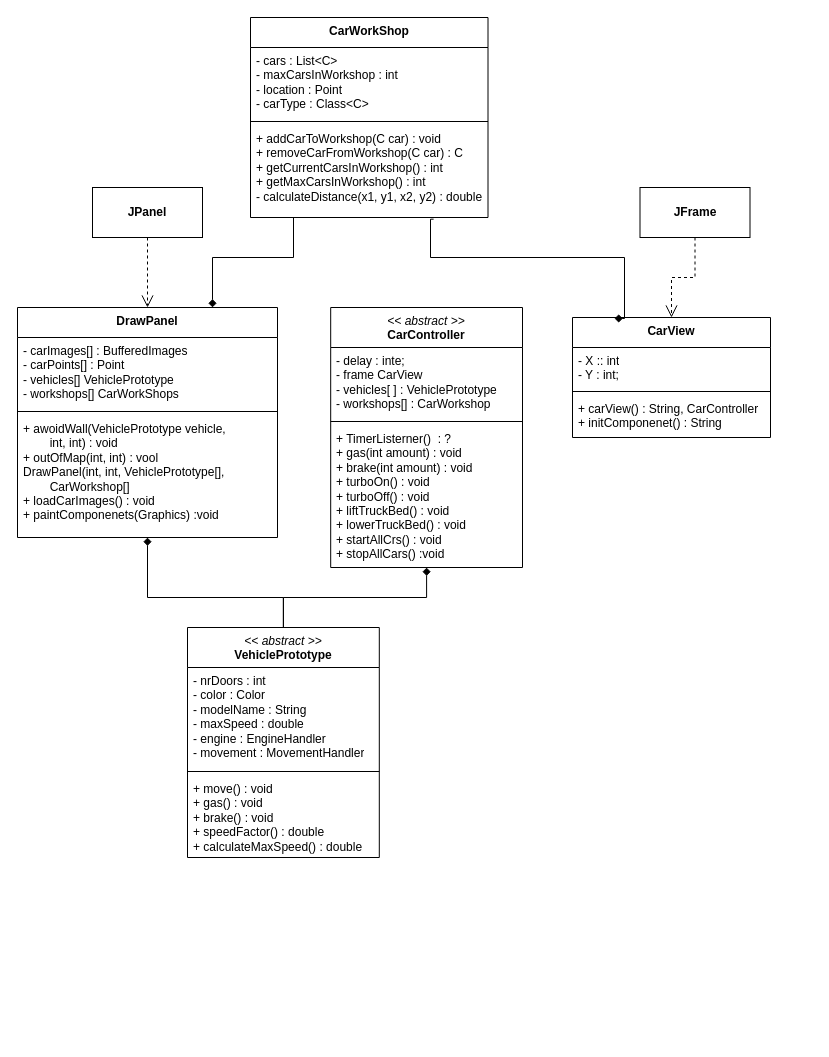
Earlier version of the draw.io diagram page "UI" (5 of 5) of docs/Vehicle.drawio (Systemiac/oop_assignments). Source tidied: cells renumbered, new cells numbered last; positions are measured from the earlier drawing's top-left corner, leaving out a move shared by most shapes. Both pictures are drawn from the tidied source at 100%, with x=0, y=0 at pixel (17, 17).
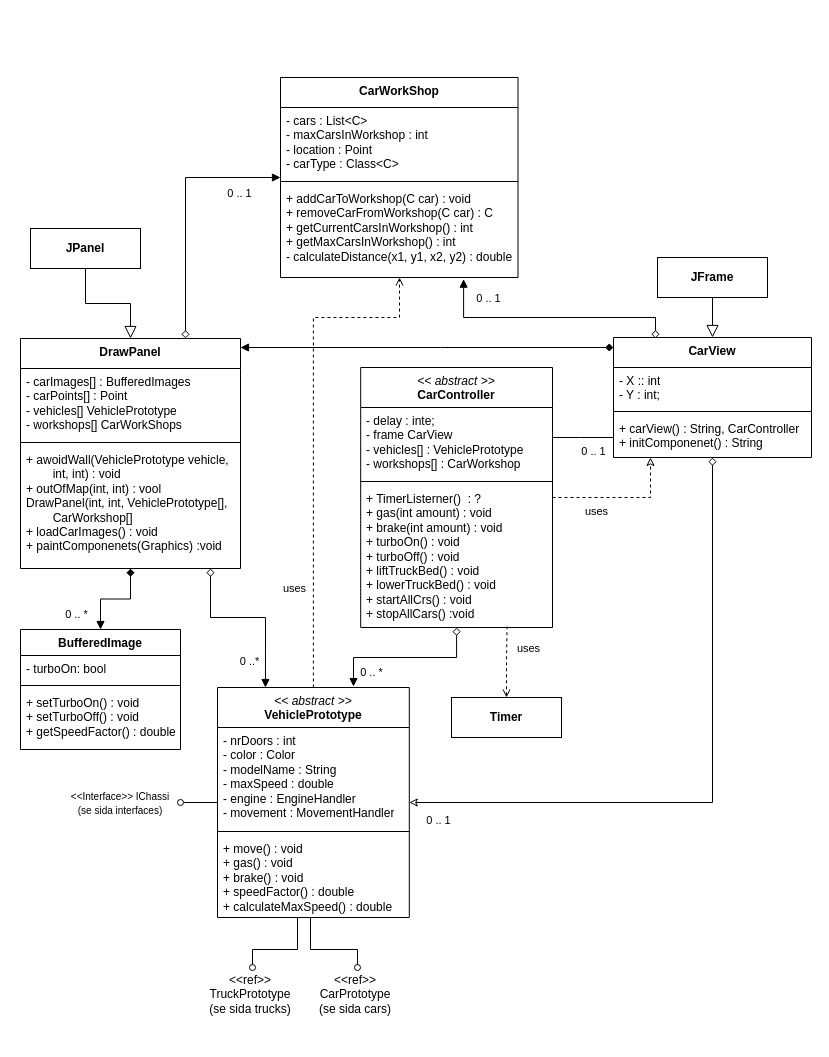
The same diagram, later.

The change refers to these unchanged cells:
```xml
<mxCell id="5" value="&lt;div&gt;&lt;div&gt;+ TimerListerner()&amp;nbsp; : ?&lt;/div&gt;&lt;/div&gt;&lt;div&gt;+ gas(int amount) : void&lt;/div&gt;&lt;div&gt;+ brake(int amount) : void&lt;/div&gt;&lt;div&gt;+ turboOn() : void&lt;/div&gt;&lt;div&gt;+ turboOff() : void&lt;/div&gt;&lt;div&gt;+ liftTruckBed() : void&lt;/div&gt;&lt;div&gt;+ lowerTruckBed() : void&lt;/div&gt;&lt;div&gt;+ startAllCrs() : void&lt;/div&gt;&lt;div&gt;+ stopAllCars() :void&lt;/div&gt;" style="text;strokeColor=none;fillColor=none;align=left;verticalAlign=top;spacingLeft=4;spacingRight=4;overflow=hidden;points=[[0,0.5],[1,0.5]];portConstraint=eastwest;whiteSpace=wrap;html=1;" parent="2" vertex="1">
  <mxGeometry y="118" width="191.8" height="142" as="geometry" />
</mxCell>
<mxCell id="21" value="&lt;div&gt;+ addCarToWorkshop(C car) : void&lt;/div&gt;&lt;div&gt;+ removeCarFromWorkshop(C car) : C&lt;br&gt;&lt;/div&gt;&lt;div&gt;+ getCurrentCarsInWorkshop() : int&lt;/div&gt;&lt;div&gt;+ getMaxCarsInWorkshop() : int&lt;/div&gt;&lt;div&gt;- calculateDistance(x1, y1, x2, y2) : double&lt;/div&gt;" style="text;strokeColor=none;fillColor=none;align=left;verticalAlign=top;spacingLeft=4;spacingRight=4;overflow=hidden;points=[[0,0.5],[1,0.5]];portConstraint=eastwest;whiteSpace=wrap;html=1;" parent="18" vertex="1">
  <mxGeometry y="108" width="237.5" height="92" as="geometry" />
</mxCell>
```

What changed in the source:
```diff
@@
     <mxCell id="2" value="&lt;div&gt;&lt;span style=&quot;font-weight: normal;&quot;&gt;&lt;i&gt;&amp;lt;&amp;lt; abstract &amp;gt;&amp;gt;&lt;/i&gt;&lt;/span&gt;&lt;/div&gt;CarController" style="swimlane;fontStyle=1;align=center;verticalAlign=top;horizontal=1;startSize=40;whiteSpace=wrap;html=1;" parent="1" vertex="1">
-      <mxGeometry x="313.2" y="290" width="191.8" height="260" as="geometry" />
+      <mxGeometry x="343.2" y="350" width="191.8" height="260" as="geometry" />
     </mxCell>
-    <mxCell id="3" value="&lt;div&gt;&lt;div&gt;- delay : inte;&lt;/div&gt;&lt;/div&gt;&lt;div&gt;&lt;span style=&quot;background-color: transparent; color: light-dark(rgb(0, 0, 0), rgb(255, 255, 255));&quot;&gt;- frame CarView&lt;/span&gt;&lt;/div&gt;&lt;div&gt;&lt;span style=&quot;background-color: transparent; color: light-dark(rgb(0, 0, 0), rgb(255, 255, 255));&quot;&gt;- vehicles[ ] : VehiclePrototype&lt;/span&gt;&lt;/div&gt;&lt;div&gt;&lt;span style=&quot;background-color: transparent; color: light-dark(rgb(0, 0, 0), rgb(255, 255, 255));&quot;&gt;- workshops[] : CarWorkshop&lt;/span&gt;&lt;/div&gt;" style="text;strokeColor=none;fillColor=none;align=left;verticalAlign=top;spacingLeft=4;spacingRight=4;overflow=hidden;whiteSpace=wrap;html=1;" parent="2" vertex="1">
+    <mxCell id="3" value="&lt;div&gt;&lt;div&gt;- delay : inte;&lt;/div&gt;&lt;/div&gt;&lt;div&gt;&lt;span style=&quot;background-color: transparent; color: light-dark(rgb(0, 0, 0), rgb(255, 255, 255));&quot;&gt;- frame CarView&lt;/span&gt;&lt;/div&gt;&lt;div&gt;&lt;span style=&quot;background-color: transparent; color: light-dark(rgb(0, 0, 0), rgb(255, 255, 255));&quot;&gt;- vehicles[] : VehiclePrototype&lt;/span&gt;&lt;/div&gt;&lt;div&gt;&lt;span style=&quot;background-color: transparent; color: light-dark(rgb(0, 0, 0), rgb(255, 255, 255));&quot;&gt;- workshops[] : CarWorkshop&lt;/span&gt;&lt;/div&gt;" style="text;strokeColor=none;fillColor=none;align=left;verticalAlign=top;spacingLeft=4;spacingRight=4;overflow=hidden;whiteSpace=wrap;html=1;" parent="2" vertex="1">
       <mxGeometry y="40" width="191.8" height="70" as="geometry" />
     </mxCell>
@@
     <mxCell id="6" value="DrawPanel&lt;div&gt;&lt;/div&gt;" style="swimlane;fontStyle=1;align=center;verticalAlign=top;horizontal=1;startSize=30;whiteSpace=wrap;html=1;" parent="1" vertex="1">
-      <mxGeometry y="290" width="260" height="230" as="geometry" />
+      <mxGeometry x="3" y="321" width="220" height="230" as="geometry" />
     </mxCell>
     <mxCell id="7" value="&lt;div&gt;&lt;span style=&quot;background-color: transparent; color: light-dark(rgb(0, 0, 0), rgb(255, 255, 255));&quot;&gt;- carImages[] : BufferedImages&lt;/span&gt;&lt;/div&gt;&lt;div&gt;&lt;span style=&quot;background-color: transparent; color: light-dark(rgb(0, 0, 0), rgb(255, 255, 255));&quot;&gt;- carPoints[] : Point&lt;/span&gt;&lt;/div&gt;&lt;div&gt;&lt;span style=&quot;background-color: transparent; color: light-dark(rgb(0, 0, 0), rgb(255, 255, 255));&quot;&gt;- vehicles[] VehiclePrototype&lt;/span&gt;&lt;/div&gt;&lt;div&gt;&lt;span style=&quot;background-color: transparent; color: light-dark(rgb(0, 0, 0), rgb(255, 255, 255));&quot;&gt;- workshops[] CarWorkShops&amp;nbsp;&lt;/span&gt;&lt;/div&gt;" style="text;strokeColor=none;fillColor=none;align=left;verticalAlign=top;spacingLeft=4;spacingRight=4;overflow=hidden;whiteSpace=wrap;html=1;" parent="6" vertex="1">
-      <mxGeometry y="30" width="260" height="70" as="geometry" />
+      <mxGeometry y="30" width="220" height="70" as="geometry" />
     </mxCell>
     <mxCell id="8" style="line;strokeWidth=1;fillColor=none;align=left;verticalAlign=middle;spacingTop=-1;spacingLeft=3;spacingRight=3;labelPosition=right;strokeColor=inherit;" parent="6" vertex="1">
-      <mxGeometry y="100" width="260" height="8" as="geometry" />
+      <mxGeometry y="100" width="220" height="8" as="geometry" />
     </mxCell>
     <mxCell id="9" value="&lt;div&gt;+ awoidWall(&lt;span style=&quot;background-color: transparent; color: light-dark(rgb(0, 0, 0), rgb(255, 255, 255));&quot;&gt;VehiclePrototype vehicle,&amp;nbsp;&lt;/span&gt;&lt;/div&gt;&lt;div&gt;&lt;span style=&quot;background-color: transparent; color: light-dark(rgb(0, 0, 0), rgb(255, 255, 255));&quot;&gt;&lt;span style=&quot;white-space: pre;&quot;&gt;&#9;&lt;/span&gt;int, int&lt;/span&gt;&lt;span style=&quot;background-color: transparent; color: light-dark(rgb(0, 0, 0), rgb(255, 255, 255));&quot;&gt;) : void&lt;/span&gt;&lt;/div&gt;&lt;div&gt;+ outOfMap(int, int) : vool&lt;/div&gt;&lt;div&gt;DrawPanel(int, int, VehiclePrototype[], &lt;span style=&quot;white-space: pre;&quot;&gt;&#9;&lt;/span&gt;CarWorkshop[]&lt;br&gt;&lt;/div&gt;&lt;div&gt;+ loadCarImages() : void&lt;/div&gt;&lt;div&gt;+ paintComponenets(Graphics) :void&lt;/div&gt;" style="text;strokeColor=none;fillColor=none;align=left;verticalAlign=top;spacingLeft=4;spacingRight=4;overflow=hidden;whiteSpace=wrap;html=1;" parent="6" vertex="1">
-      <mxGeometry y="108" width="260" height="122" as="geometry" />
+      <mxGeometry y="108" width="220" height="122" as="geometry" />
     </mxCell>
     <mxCell id="10" value="CarView&lt;div&gt;&lt;/div&gt;" style="swimlane;fontStyle=1;align=center;verticalAlign=top;horizontal=1;startSize=30;whiteSpace=wrap;html=1;" parent="1" vertex="1">
-      <mxGeometry x="555" y="300" width="198" height="120" as="geometry" />
+      <mxGeometry x="596" y="320" width="198" height="120" as="geometry" />
     </mxCell>
@@
     <mxCell id="14" value="&lt;b&gt;JPanel&lt;/b&gt;" style="html=1;whiteSpace=wrap;" parent="1" vertex="1">
-      <mxGeometry x="75" y="170" width="110" height="50" as="geometry" />
+      <mxGeometry x="13" y="211" width="110" height="40" as="geometry" />
     </mxCell>
     <mxCell id="15" value="&lt;b&gt;JFrame&lt;/b&gt;" style="html=1;whiteSpace=wrap;" parent="1" vertex="1">
-      <mxGeometry x="622.5" y="170" width="110" height="50" as="geometry" />
+      <mxGeometry x="640" y="240" width="110" height="40" as="geometry" />
     </mxCell>
-    <mxCell id="16" style="edgeStyle=orthogonalEdgeStyle;rounded=0;jettySize=auto;html=1;dashed=1;endArrow=open;endFill=0;endSize=10;" parent="1" edge="1" source="14" target="6">
+    <mxCell id="16" style="edgeStyle=orthogonalEdgeStyle;rounded=0;jettySize=auto;html=1;endArrow=block;endFill=0;endSize=10;" parent="1" edge="1" source="14" target="6">
       <mxGeometry relative="1" as="geometry" />
     </mxCell>
-    <mxCell id="17" style="edgeStyle=orthogonalEdgeStyle;rounded=0;jettySize=auto;html=1;dashed=1;endArrow=open;endFill=0;endSize=10;" parent="1" edge="1" source="15" target="10">
+    <mxCell id="17" style="edgeStyle=orthogonalEdgeStyle;rounded=0;jettySize=auto;html=1;endArrow=block;endFill=0;endSize=10;" parent="1" edge="1" source="15" target="10">
       <mxGeometry relative="1" as="geometry" />
     </mxCell>
     <mxCell id="18" value="CarWorkShop&lt;div&gt;&lt;/div&gt;" style="swimlane;fontStyle=1;align=center;verticalAlign=top;horizontal=1;startSize=30;whiteSpace=wrap;html=1;" parent="1" vertex="1">
-      <mxGeometry x="233" width="237.5" height="200" as="geometry" />
+      <mxGeometry x="263" y="60" width="237.5" height="200" as="geometry" />
     </mxCell>
@@
     <mxCell id="22" value="&lt;div&gt;&lt;span style=&quot;font-weight: normal;&quot;&gt;&lt;i&gt;&amp;lt;&amp;lt; abstract &amp;gt;&amp;gt;&lt;/i&gt;&lt;/span&gt;&lt;/div&gt;VehiclePrototype" style="swimlane;fontStyle=1;align=center;verticalAlign=top;horizontal=1;startSize=40;whiteSpace=wrap;html=1;" parent="1" vertex="1">
-      <mxGeometry x="170" y="610" width="191.8" height="230" as="geometry" />
+      <mxGeometry x="200" y="670" width="191.8" height="230" as="geometry" />
     </mxCell>
@@
-    <mxCell id="26" style="edgeStyle=orthogonalEdgeStyle;rounded=0;jettySize=auto;html=1;endArrow=diamond;endFill=1;" parent="1" edge="1" source="22" target="6">
+    <mxCell id="26" style="edgeStyle=orthogonalEdgeStyle;rounded=0;jettySize=auto;html=1;endArrow=diamond;endFill=0;startFill=1;exitX=0.25;exitY=0;exitDx=0;exitDy=0;startArrow=block;" parent="1" edge="1" source="22" target="6">
       <mxGeometry relative="1" as="geometry">
         <Array as="points">
-          <mxPoint x="266" y="580" />
-          <mxPoint x="130" y="580" />
+          <mxPoint x="248" y="600" />
+          <mxPoint x="193" y="600" />
         </Array>
       </mxGeometry>
     </mxCell>
+    <mxCell id="30" value="0 ..*" style="edgeLabel;html=1;align=center;verticalAlign=middle;" parent="26" vertex="1">
+      <mxGeometry x="-0.35" y="2" relative="1" as="geometry">
+        <mxPoint x="-14" y="31" as="offset" />
+      </mxGeometry>
+    </mxCell>
-    <mxCell id="27" style="edgeStyle=orthogonalEdgeStyle;rounded=0;jettySize=auto;html=1;endArrow=diamond;endFill=1;exitX=0.5;exitY=0;exitDx=0;exitDy=0;" parent="1" edge="1" source="22" target="2">
+    <mxCell id="27" style="edgeStyle=orthogonalEdgeStyle;rounded=0;jettySize=auto;html=1;endArrow=diamond;endFill=0;exitX=0.709;exitY=-0.004;exitDx=0;exitDy=0;startFill=1;exitPerimeter=0;startArrow=block;" parent="1" edge="1" source="22" target="2">
       <mxGeometry relative="1" as="geometry" />
     </mxCell>
+    <mxCell id="31" value="0 .. *" style="edgeLabel;html=1;align=center;verticalAlign=middle;" parent="27" vertex="1">
+      <mxGeometry x="-0.32" y="-3" relative="1" as="geometry">
+        <mxPoint x="-8" y="11" as="offset" />
+      </mxGeometry>
+    </mxCell>
-    <mxCell id="28" style="edgeStyle=orthogonalEdgeStyle;rounded=0;jettySize=auto;html=1;endArrow=diamond;endFill=1;entryX=0.75;entryY=0;entryDx=0;entryDy=0;" parent="1" edge="1" source="18" target="6">
-      <mxGeometry relative="1" as="geometry">
-        <Array as="points">
-          <mxPoint x="276" y="240" />
-          <mxPoint x="195" y="240" />
-        </Array>
-      </mxGeometry>
+    <mxCell id="28" style="edgeStyle=orthogonalEdgeStyle;rounded=0;jettySize=auto;html=1;endArrow=diamond;endFill=0;entryX=0.75;entryY=0;entryDx=0;entryDy=0;startArrow=block;startFill=1;" parent="1" edge="1" source="18" target="6">
+      <mxGeometry relative="1" as="geometry" />
     </mxCell>
+    <mxCell id="32" value="0 .. 1" style="edgeLabel;html=1;align=center;verticalAlign=middle;" parent="28" vertex="1">
+      <mxGeometry x="-0.17" y="-1" relative="1" as="geometry">
+        <mxPoint x="54" y="4" as="offset" />
+      </mxGeometry>
+    </mxCell>
-    <mxCell id="29" style="edgeStyle=orthogonalEdgeStyle;rounded=0;jettySize=auto;html=1;endArrow=diamond;endFill=1;exitX=0.771;exitY=1.018;exitDx=0;exitDy=0;exitPerimeter=0;entryX=0.212;entryY=0.008;entryDx=0;entryDy=0;entryPerimeter=0;" parent="1" edge="1" source="21" target="10">
+    <mxCell id="29" style="edgeStyle=orthogonalEdgeStyle;rounded=0;jettySize=auto;html=1;endArrow=diamond;endFill=0;exitX=0.771;exitY=1.018;exitDx=0;exitDy=0;exitPerimeter=0;entryX=0.212;entryY=0.008;entryDx=0;entryDy=0;entryPerimeter=0;startArrow=block;startFill=1;" parent="1" edge="1" source="21" target="10">
       <mxGeometry relative="1" as="geometry">
         <Array as="points">
-          <mxPoint x="413" y="202" />
-          <mxPoint x="413" y="240" />
-          <mxPoint x="607" y="240" />
+          <mxPoint x="446" y="300" />
+          <mxPoint x="638" y="300" />
         </Array>
       </mxGeometry>
     </mxCell>
+    <mxCell id="33" value="0 .. 1" style="edgeLabel;html=1;align=center;verticalAlign=middle;" parent="29" vertex="1">
+      <mxGeometry x="-0.91" y="-1" relative="1" as="geometry">
+        <mxPoint x="25" y="8" as="offset" />
+      </mxGeometry>
+    </mxCell>
+    <mxCell id="34" style="edgeStyle=orthogonalEdgeStyle;rounded=0;jettySize=auto;html=1;endArrow=open;endFill=0;startFill=0;exitX=0.5;exitY=0;exitDx=0;exitDy=0;dashed=1;" parent="1" edge="1" source="22" target="18">
+      <mxGeometry relative="1" as="geometry">
+        <Array as="points">
+          <mxPoint x="296" y="300" />
+          <mxPoint x="382" y="300" />
+        </Array>
+      </mxGeometry>
+    </mxCell>
+    <mxCell id="35" value="uses" style="edgeLabel;html=1;align=center;verticalAlign=middle;" parent="34" vertex="1">
+      <mxGeometry x="-0.56" y="2" relative="1" as="geometry">
+        <mxPoint x="-17" y="9" as="offset" />
+      </mxGeometry>
+    </mxCell>
+    <mxCell id="36" value="&lt;b&gt;Timer&lt;/b&gt;" style="html=1;whiteSpace=wrap;" parent="1" vertex="1">
+      <mxGeometry x="434" y="680" width="110" height="40" as="geometry" />
+    </mxCell>
+    <mxCell id="37" style="edgeStyle=orthogonalEdgeStyle;rounded=0;jettySize=auto;html=1;endArrow=none;endFill=1;startFill=0;exitX=0.5;exitY=0;exitDx=0;exitDy=0;dashed=1;entryX=0.763;entryY=0.994;entryDx=0;entryDy=0;entryPerimeter=0;startArrow=open;" parent="1" edge="1" source="36" target="5">
+      <mxGeometry relative="1" as="geometry" />
+    </mxCell>
+    <mxCell id="38" value="uses" style="edgeLabel;html=1;align=center;verticalAlign=middle;" parent="37" vertex="1">
+      <mxGeometry x="0.03" relative="1" as="geometry">
+        <mxPoint x="21" y="-13" as="offset" />
+      </mxGeometry>
+    </mxCell>
+    <mxCell id="39" style="edgeStyle=orthogonalEdgeStyle;rounded=0;jettySize=auto;html=1;endArrow=none;endFill=0;endSize=10;startArrow=oval;startFill=0;" parent="1" edge="1" source="40" target="22">
+      <mxGeometry relative="1" as="geometry" />
+    </mxCell>
+    <mxCell id="40" value="&lt;font style=&quot;font-size: 10px;&quot;&gt;&amp;lt;&amp;lt;Interface&amp;gt;&amp;gt; IChassi &lt;br&gt;(se sida interfaces)&lt;/font&gt;" style="text;whiteSpace=wrap;html=1;align=center;" parent="1" vertex="1">
+      <mxGeometry x="43" y="765" width="120" height="40" as="geometry" />
+    </mxCell>
+    <mxCell id="41" value="&lt;br&gt; &lt;span class=&quot;hljs-symbol&quot;&gt;&amp;lt;&amp;lt;ref&amp;gt;&amp;gt;&lt;/span&gt; TruckPrototype (se sida &lt;span class=&quot;hljs-number&quot;&gt;trucks&lt;/span&gt;)&lt;div&gt;&lt;br&gt;&lt;/div&gt;" style="text;html=1;align=center;verticalAlign=middle;whiteSpace=wrap;rounded=0;" parent="1" vertex="1">
+      <mxGeometry x="188" y="932" width="90" height="90" as="geometry" />
+    </mxCell>
+    <mxCell id="42" style="edgeStyle=orthogonalEdgeStyle;rounded=0;jettySize=auto;html=1;endArrow=none;endFill=1;exitX=0.522;exitY=0.2;exitDx=0;exitDy=0;startFill=0;startArrow=oval;exitPerimeter=0;" parent="1" edge="1" source="41" target="22">
+      <mxGeometry relative="1" as="geometry">
+        <Array as="points">
+          <mxPoint x="235" y="932" />
+          <mxPoint x="280" y="932" />
+        </Array>
+      </mxGeometry>
+    </mxCell>
+    <mxCell id="43" value="&lt;br&gt; &lt;span class=&quot;hljs-symbol&quot;&gt;&amp;lt;&amp;lt;ref&amp;gt;&amp;gt;&lt;/span&gt; CarPrototype (se sida &lt;span class=&quot;hljs-number&quot;&gt;cars&lt;/span&gt;)&lt;div&gt;&lt;br&gt;&lt;/div&gt;" style="text;html=1;align=center;verticalAlign=middle;whiteSpace=wrap;rounded=0;" parent="1" vertex="1">
+      <mxGeometry x="293" y="932" width="90" height="90" as="geometry" />
+    </mxCell>
+    <mxCell id="44" style="edgeStyle=orthogonalEdgeStyle;rounded=0;jettySize=auto;html=1;endArrow=none;endFill=1;exitX=0.522;exitY=0.2;exitDx=0;exitDy=0;startFill=0;startArrow=oval;exitPerimeter=0;" parent="1" edge="1" source="43" target="22">
+      <mxGeometry relative="1" as="geometry">
+        <Array as="points">
+          <mxPoint x="340" y="932" />
+          <mxPoint x="293" y="932" />
+        </Array>
+      </mxGeometry>
+    </mxCell>
+    <mxCell id="45" style="edgeStyle=orthogonalEdgeStyle;rounded=0;jettySize=auto;html=1;endArrow=none;endFill=0;startFill=0;" parent="1" edge="1" source="2" target="10">
+      <mxGeometry relative="1" as="geometry">
+        <Array as="points">
+          <mxPoint x="563" y="420" />
+          <mxPoint x="563" y="420" />
+        </Array>
+      </mxGeometry>
+    </mxCell>
+    <mxCell id="46" value="0 .. 1" style="edgeLabel;html=1;align=center;verticalAlign=middle;" parent="45" vertex="1">
+      <mxGeometry x="-0.91" y="-1" relative="1" as="geometry">
+        <mxPoint x="37" y="12" as="offset" />
+      </mxGeometry>
+    </mxCell>
+    <mxCell id="47" style="edgeStyle=orthogonalEdgeStyle;rounded=0;jettySize=auto;html=1;endArrow=diamond;endFill=0;startArrow=classic;startFill=0;" parent="1" edge="1" source="22" target="10">
+      <mxGeometry relative="1" as="geometry" />
+    </mxCell>
+    <mxCell id="48" value="0 .. 1" style="edgeLabel;html=1;align=center;verticalAlign=middle;" parent="47" vertex="1">
+      <mxGeometry x="-0.91" y="-1" relative="1" as="geometry">
+        <mxPoint y="16" as="offset" />
+      </mxGeometry>
+    </mxCell>
+    <mxCell id="49" style="edgeStyle=orthogonalEdgeStyle;rounded=0;jettySize=auto;html=1;endArrow=diamond;endFill=1;startArrow=block;startFill=1;" parent="1" edge="1" source="6" target="10">
+      <mxGeometry relative="1" as="geometry">
+        <Array as="points">
+          <mxPoint x="423" y="330" />
+          <mxPoint x="423" y="330" />
+        </Array>
+      </mxGeometry>
+    </mxCell>
+    <mxCell id="50" style="edgeStyle=orthogonalEdgeStyle;rounded=0;jettySize=auto;html=1;endArrow=classic;endFill=0;startFill=0;dashed=1;" parent="1" edge="1" source="2" target="10">
+      <mxGeometry relative="1" as="geometry">
+        <Array as="points">
+          <mxPoint x="633" y="480" />
+        </Array>
+      </mxGeometry>
+    </mxCell>
+    <mxCell id="51" value="uses" style="edgeLabel;html=1;align=center;verticalAlign=middle;" parent="50" vertex="1">
+      <mxGeometry x="-0.91" y="-1" relative="1" as="geometry">
+        <mxPoint x="37" y="12" as="offset" />
+      </mxGeometry>
+    </mxCell>
+    <mxCell id="52" value="BufferedImage" style="swimlane;fontStyle=1;align=center;verticalAlign=top;horizontal=1;startSize=26;whiteSpace=wrap;html=1;" parent="1" vertex="1">
+      <mxGeometry x="3" y="612" width="160" height="120" as="geometry" />
+    </mxCell>
+    <mxCell id="53" value="- turboOn: bool" style="text;strokeColor=none;fillColor=none;align=left;verticalAlign=top;spacingLeft=4;spacingRight=4;overflow=hidden;whiteSpace=wrap;html=1;" parent="52" vertex="1">
+      <mxGeometry y="26" width="160" height="26" as="geometry" />
+    </mxCell>
+    <mxCell id="54" style="line;strokeWidth=1;fillColor=none;align=left;verticalAlign=middle;spacingTop=-1;spacingLeft=3;spacingRight=3;labelPosition=right;strokeColor=inherit;" parent="52" vertex="1">
+      <mxGeometry y="52" width="160" height="8" as="geometry" />
+    </mxCell>
+    <mxCell id="55" value="+ setTurboOn() : void&lt;div&gt;+ setTurboOff() : void&lt;/div&gt;&lt;div&gt;+ getSpeedFactor() : double&lt;/div&gt;" style="text;strokeColor=none;fillColor=none;align=left;verticalAlign=top;spacingLeft=4;spacingRight=4;overflow=hidden;whiteSpace=wrap;html=1;" parent="52" vertex="1">
+      <mxGeometry y="60" width="160" height="60" as="geometry" />
+    </mxCell>
+    <mxCell id="56" style="edgeStyle=orthogonalEdgeStyle;rounded=0;jettySize=auto;html=1;endArrow=diamond;endFill=1;exitX=0.5;exitY=0;exitDx=0;exitDy=0;startArrow=block;startFill=1;" parent="1" edge="1" source="52" target="6">
+      <mxGeometry relative="1" as="geometry" />
+    </mxCell>
+    <mxCell id="57" value="0 .. *" style="edgeLabel;html=1;align=center;verticalAlign=middle;" parent="56" vertex="1">
+      <mxGeometry x="-0.09" y="-2" relative="1" as="geometry">
+        <mxPoint x="-35" y="13" as="offset" />
+      </mxGeometry>
+    </mxCell>
```
